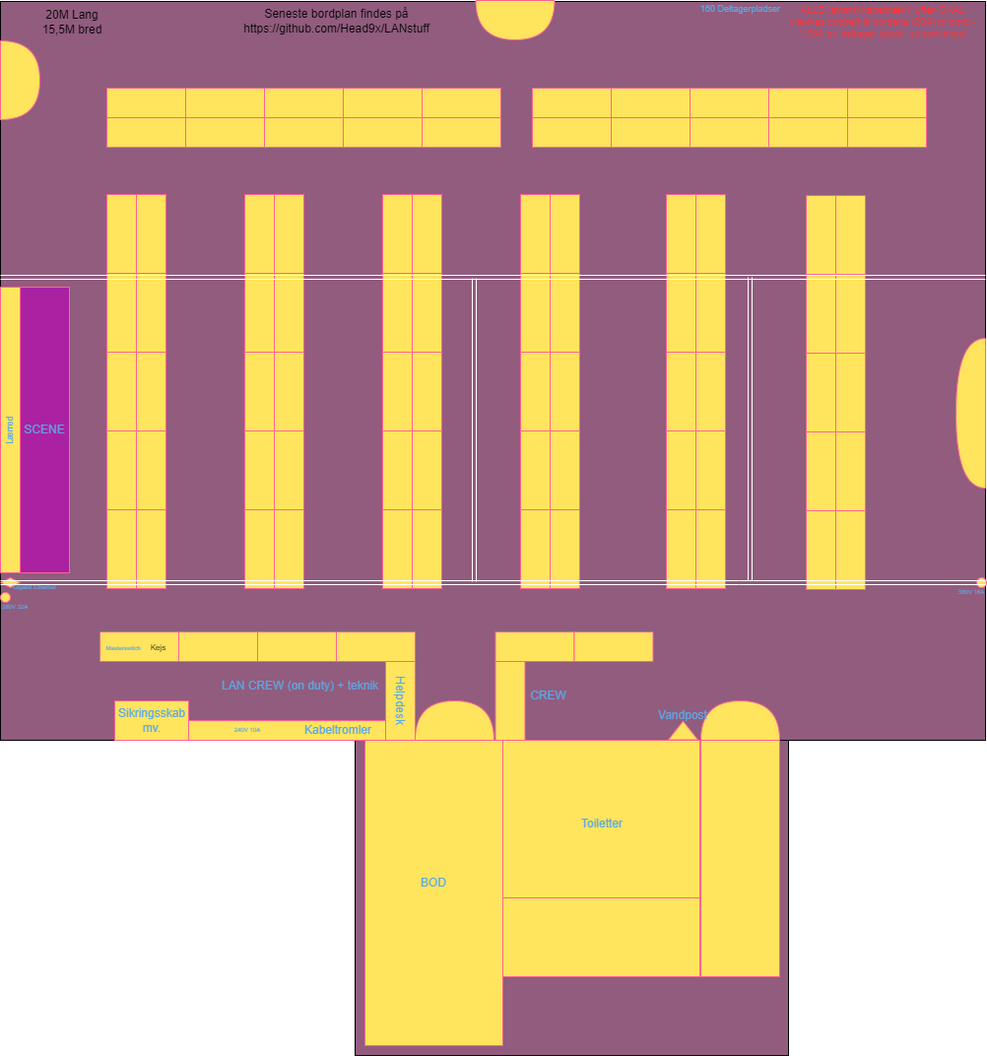
The draw.io diagram bordplan.drawio.png in Head9x/LANstuff, before a commit. Source tidied: cells renumbered, new cells last; positions are measured from the earlier drawing's top-left corner, leaving out a move shared by most shapes.
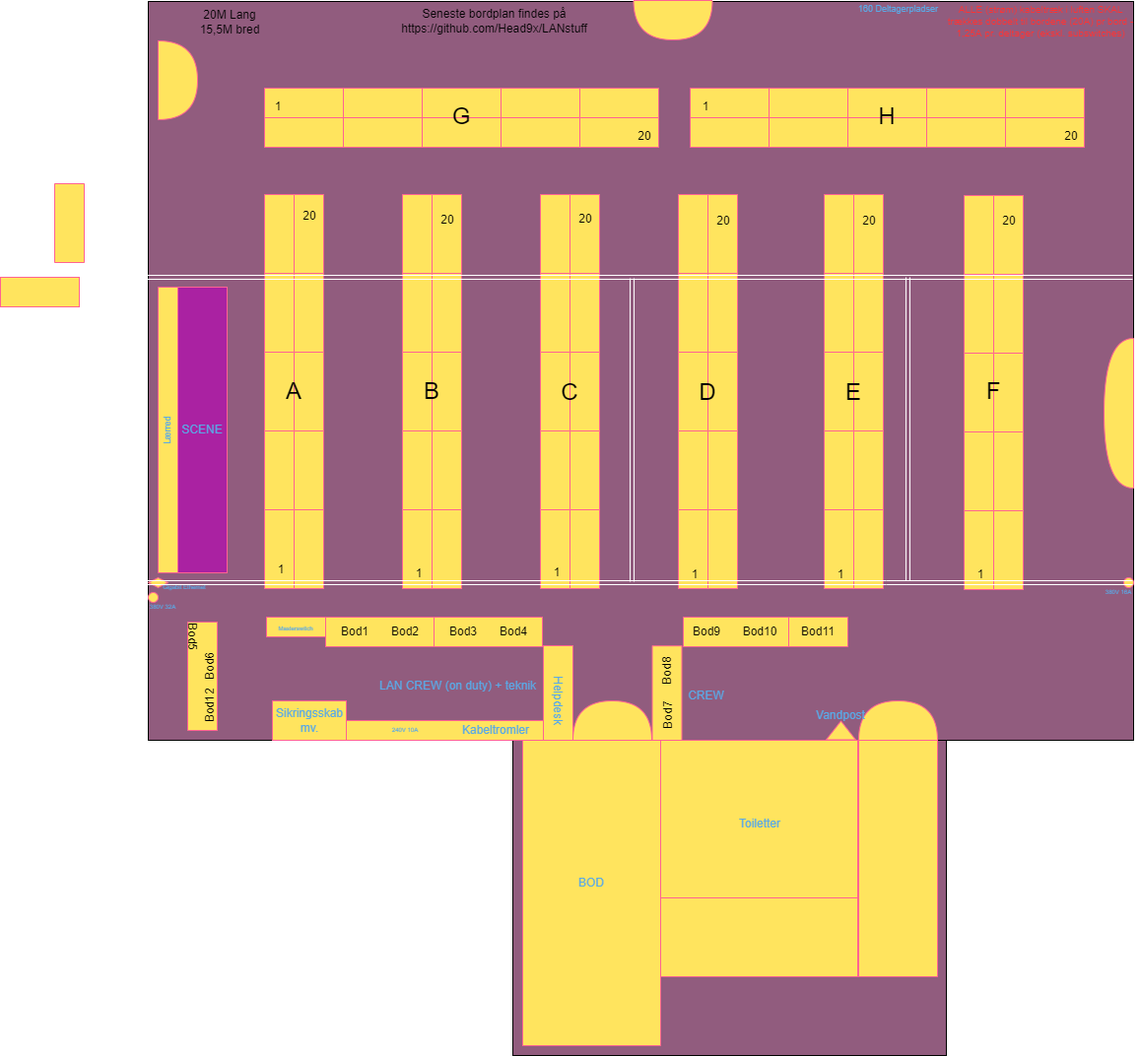
After the change.

Diff of the diagram source:
```diff
@@ -4,4 +4,4 @@
     <mxCell id="1" parent="0" />
-    <mxCell id="2" style="rounded=0;whiteSpace=wrap;html=1;fillColor=#915C7E;" parent="1" vertex="1">
-      <mxGeometry x="20" y="21" width="1000" height="750" as="geometry" />
+    <mxCell id="2" style="rounded=0;whiteSpace=wrap;html=1;fillColor=#915C7E;fontStyle=0;" parent="1" vertex="1">
+      <mxGeometry x="10" y="21" width="1000" height="750" as="geometry" />
     </mxCell>
@@ -170,15 +170,12 @@
     <mxCell id="57" style="rounded=0;whiteSpace=wrap;html=1;fillColor=#FFE45E;strokeColor=#FF6392;fontColor=#5AA9E6;" parent="1" vertex="1">
-      <mxGeometry x="121" y="661" width="80" height="30" as="geometry" />
+      <mxGeometry x="190" y="646" width="111" height="30" as="geometry" />
     </mxCell>
-    <mxCell id="58" style="rounded=0;whiteSpace=wrap;html=1;fillColor=#FFE45E;strokeColor=#FF6392;fontColor=#5AA9E6;" parent="1" vertex="1">
-      <mxGeometry x="201" y="661" width="80" height="30" as="geometry" />
-    </mxCell>
-    <mxCell id="59" style="rounded=0;whiteSpace=wrap;html=1;fillColor=#FFE45E;strokeColor=#FF6392;fontColor=#5AA9E6;" parent="1" vertex="1">
-      <mxGeometry x="281" y="661" width="80" height="30" as="geometry" />
+    <mxCell id="59" style="rounded=0;whiteSpace=wrap;html=1;fillColor=#FFE45E;strokeColor=#FF6392;fontColor=#5AA9E6;rotation=90;" parent="1" vertex="1">
+      <mxGeometry x="10" y="691" width="110" height="30" as="geometry" />
     </mxCell>
     <mxCell id="60" style="rounded=0;whiteSpace=wrap;html=1;fillColor=#FFE45E;strokeColor=#FF6392;fontColor=#5AA9E6;" parent="1" vertex="1">
-      <mxGeometry x="361" y="661" width="80" height="30" as="geometry" />
+      <mxGeometry x="300" y="646" width="110" height="30" as="geometry" />
     </mxCell>
     <mxCell id="61" style="rounded=0;whiteSpace=wrap;html=1;rotation=90;fillColor=#FFE45E;strokeColor=#FF6392;fontColor=#5AA9E6;" parent="1" vertex="1">
-      <mxGeometry x="386" y="716" width="80" height="30" as="geometry" />
+      <mxGeometry x="378" y="708" width="96" height="30" as="geometry" />
     </mxCell>
@@ -194,9 +191,6 @@
     <mxCell id="65" style="rounded=0;whiteSpace=wrap;html=1;rotation=90;fillColor=#FFE45E;strokeColor=#FF6392;fontColor=#5AA9E6;" parent="1" vertex="1">
-      <mxGeometry x="497.5" y="716" width="80" height="30" as="geometry" />
+      <mxGeometry x="487.6" y="709.1" width="97.8" height="30" as="geometry" />
     </mxCell>
-    <mxCell id="66" style="rounded=0;whiteSpace=wrap;html=1;fillColor=#FFE45E;strokeColor=#FF6392;fontColor=#5AA9E6;" parent="1" vertex="1">
-      <mxGeometry x="522.5" y="661" width="80" height="30" as="geometry" />
-    </mxCell>
     <mxCell id="67" style="rounded=0;whiteSpace=wrap;html=1;fillColor=#FFE45E;strokeColor=#FF6392;fontColor=#5AA9E6;" parent="1" vertex="1">
-      <mxGeometry x="602.5" y="661" width="80" height="30" as="geometry" />
+      <mxGeometry x="661" y="661" width="80" height="30" as="geometry" />
     </mxCell>
@@ -223,5 +217,2 @@
     </mxCell>
-    <mxCell id="75" value="&lt;font style=&quot;font-size: 6px;&quot;&gt;Masterswitch&lt;/font&gt;" style="text;html=1;strokeColor=none;fillColor=none;align=center;verticalAlign=middle;whiteSpace=wrap;rounded=0;fontColor=#5AA9E6;" parent="1" vertex="1">
-      <mxGeometry x="125" y="671" width="40" height="10" as="geometry" />
-    </mxCell>
     <mxCell id="76" style="shape=link;html=1;rounded=0;fontSize=6;startSize=6;sourcePerimeterSpacing=6;strokeWidth=1;strokeColor=#FFFFFF;fontColor=#5AA9E6;" parent="1" edge="1">
@@ -245,9 +236,9 @@
     <mxCell id="80" style="ellipse;whiteSpace=wrap;html=1;fontSize=6;fillColor=#FFE45E;strokeColor=#FF6392;fontColor=#5AA9E6;rounded=0;" parent="1" vertex="1">
-      <mxGeometry x="20" y="621" width="10" height="10" as="geometry" />
+      <mxGeometry x="10" y="621" width="10" height="10" as="geometry" />
     </mxCell>
     <mxCell id="81" value="380V 32A" style="text;html=1;strokeColor=none;fillColor=none;align=center;verticalAlign=middle;whiteSpace=wrap;rounded=0;fontSize=6;fontColor=#5AA9E6;" parent="1" vertex="1">
-      <mxGeometry x="20" y="631" width="30" height="10" as="geometry" />
+      <mxGeometry x="10" y="631" width="30" height="10" as="geometry" />
     </mxCell>
     <mxCell id="82" style="ellipse;whiteSpace=wrap;html=1;fontSize=6;fillColor=#FFE45E;strokeColor=#FF6392;fontColor=#5AA9E6;rounded=0;" parent="1" vertex="1">
-      <mxGeometry x="1011" y="606" width="10" height="10" as="geometry" />
+      <mxGeometry x="1000" y="606" width="10" height="10" as="geometry" />
     </mxCell>
@@ -257,6 +248,6 @@
     <mxCell id="84" style="shape=hexagon;perimeter=hexagonPerimeter2;whiteSpace=wrap;html=1;fixedSize=1;fontSize=6;fillColor=#FFE45E;strokeColor=#FF6392;fontColor=#5AA9E6;rounded=0;" parent="1" vertex="1">
-      <mxGeometry x="20" y="606" width="20" height="10" as="geometry" />
+      <mxGeometry x="10" y="606" width="20" height="10" as="geometry" />
     </mxCell>
     <mxCell id="85" value="Gigabit Ethernet" style="text;html=1;strokeColor=none;fillColor=none;align=center;verticalAlign=middle;whiteSpace=wrap;rounded=0;fontSize=6;fontColor=#5AA9E6;" parent="1" vertex="1">
-      <mxGeometry x="30" y="611" width="50" height="10" as="geometry" />
+      <mxGeometry x="22" y="611" width="50" height="10" as="geometry" />
     </mxCell>
@@ -295,2 +286,5 @@
     </mxCell>
+    <mxCell id="142" style="rounded=0;whiteSpace=wrap;html=1;rotation=0;fillColor=#FFE45E;strokeColor=#FF6392;fontColor=#5AA9E6;" parent="1" vertex="1">
+      <mxGeometry x="-140" y="301" width="80" height="30" as="geometry" />
+    </mxCell>
     <mxCell id="97" style="rounded=0;whiteSpace=wrap;html=1;rotation=0;fillColor=#FFE45E;strokeColor=#FF6392;fontColor=#5AA9E6;" parent="1" vertex="1">
@@ -312,4 +306,4 @@
       <mxGeometry relative="1" as="geometry">
-        <mxPoint x="20" y="611" as="sourcePoint" />
-        <mxPoint x="770" y="611" as="targetPoint" />
+        <mxPoint x="9" y="611" as="sourcePoint" />
+        <mxPoint x="759" y="611" as="targetPoint" />
       </mxGeometry>
@@ -350,3 +344,3 @@
     <mxCell id="114" value="380V 16A" style="text;html=1;strokeColor=none;fillColor=none;align=center;verticalAlign=middle;whiteSpace=wrap;rounded=0;fontSize=6;fontColor=#5AA9E6;" parent="1" vertex="1">
-      <mxGeometry x="991" y="616" width="30" height="10" as="geometry" />
+      <mxGeometry x="980" y="616" width="30" height="10" as="geometry" />
     </mxCell>
@@ -372,4 +366,4 @@
       <mxGeometry relative="1" as="geometry">
-        <mxPoint x="20" y="301" as="sourcePoint" />
-        <mxPoint x="1020" y="301" as="targetPoint" />
+        <mxPoint x="9" y="301" as="sourcePoint" />
+        <mxPoint x="1009" y="301" as="targetPoint" />
       </mxGeometry>
@@ -388,8 +382,8 @@
     </mxCell>
-    <mxCell id="126" value="&lt;font style=&quot;font-size: 8px;&quot;&gt;Kejs&lt;/font&gt;" style="text;html=1;strokeColor=none;fillColor=none;align=center;verticalAlign=middle;whiteSpace=wrap;rounded=0;" parent="1" vertex="1">
-      <mxGeometry x="170" y="671" width="21" height="10" as="geometry" />
-    </mxCell>
     <mxCell id="127" style="shape=or;whiteSpace=wrap;html=1;rotation=-180;fillColor=#FFE45E;strokeColor=#FF6392;fontColor=#5AA9E6;rounded=0;" parent="1" vertex="1">
-      <mxGeometry x="990" y="363" width="30" height="152" as="geometry" />
+      <mxGeometry x="980" y="363" width="30" height="152" as="geometry" />
     </mxCell>
+    <mxCell id="143" style="rounded=0;whiteSpace=wrap;html=1;rotation=90;fillColor=#FFE45E;strokeColor=#FF6392;fontColor=#5AA9E6;" parent="1" vertex="1">
+      <mxGeometry x="-110" y="231" width="80" height="30" as="geometry" />
+    </mxCell>
     <mxCell id="128" style="rounded=0;whiteSpace=wrap;html=1;rotation=90;fillColor=#FFE45E;strokeColor=#FF6392;fontColor=#5AA9E6;" parent="1" vertex="1">
@@ -432,4 +426,4 @@
       <mxGeometry relative="1" as="geometry">
-        <mxPoint x="770" y="611" as="sourcePoint" />
-        <mxPoint x="1020" y="611" as="targetPoint" />
+        <mxPoint x="759" y="611" as="sourcePoint" />
+        <mxPoint x="1009" y="611" as="targetPoint" />
       </mxGeometry>
@@ -439,2 +433,125 @@
     </mxCell>
+    <mxCell id="144" style="rounded=0;whiteSpace=wrap;html=1;fillColor=#FFE45E;strokeColor=#FF6392;fontColor=#5AA9E6;" parent="1" vertex="1">
+      <mxGeometry x="130" y="646" width="60" height="20" as="geometry" />
+    </mxCell>
+    <mxCell id="75" value="&lt;font style=&quot;font-size: 6px;&quot;&gt;Masterswitch&lt;/font&gt;" style="text;html=1;strokeColor=none;fillColor=none;align=center;verticalAlign=middle;whiteSpace=wrap;rounded=0;fontColor=#5AA9E6;" parent="1" vertex="1">
+      <mxGeometry x="140" y="651" width="40" height="10" as="geometry" />
+    </mxCell>
+    <mxCell id="145" value="Bod1" style="text;html=1;strokeColor=none;fillColor=none;align=center;verticalAlign=middle;whiteSpace=wrap;rounded=0;" parent="1" vertex="1">
+      <mxGeometry x="190" y="646" width="60" height="30" as="geometry" />
+    </mxCell>
+    <mxCell id="146" value="Bod2" style="text;html=1;strokeColor=none;fillColor=none;align=center;verticalAlign=middle;whiteSpace=wrap;rounded=0;" parent="1" vertex="1">
+      <mxGeometry x="241" y="646" width="60" height="30" as="geometry" />
+    </mxCell>
+    <mxCell id="147" value="Bod3" style="text;html=1;strokeColor=none;fillColor=none;align=center;verticalAlign=middle;whiteSpace=wrap;rounded=0;" parent="1" vertex="1">
+      <mxGeometry x="300" y="646" width="60" height="30" as="geometry" />
+    </mxCell>
+    <mxCell id="148" value="Bod4" style="text;html=1;strokeColor=none;fillColor=none;align=center;verticalAlign=middle;whiteSpace=wrap;rounded=0;" parent="1" vertex="1">
+      <mxGeometry x="351" y="646" width="60" height="30" as="geometry" />
+    </mxCell>
+    <mxCell id="149" value="Bod5" style="text;html=1;strokeColor=none;fillColor=none;align=center;verticalAlign=middle;whiteSpace=wrap;rounded=0;rotation=90;" parent="1" vertex="1">
+      <mxGeometry x="25" y="651" width="60" height="30" as="geometry" />
+    </mxCell>
+    <mxCell id="150" style="rounded=0;whiteSpace=wrap;html=1;fillColor=#915C7E;strokeColor=#915C7E;" parent="1" vertex="1">
+      <mxGeometry x="661" y="651" width="93" height="50" as="geometry" />
+    </mxCell>
+    <mxCell id="151" value="Bod6" style="text;html=1;strokeColor=none;fillColor=none;align=center;verticalAlign=middle;whiteSpace=wrap;rounded=0;rotation=-90;" parent="1" vertex="1">
+      <mxGeometry x="43" y="681" width="60" height="30" as="geometry" />
+    </mxCell>
+    <mxCell id="152" value="Bod7" style="text;html=1;strokeColor=none;fillColor=none;align=center;verticalAlign=middle;whiteSpace=wrap;rounded=0;rotation=-90;" parent="1" vertex="1">
+      <mxGeometry x="507.5" y="731" width="60" height="30" as="geometry" />
+    </mxCell>
+    <mxCell id="153" value="Bod8" style="text;html=1;strokeColor=none;fillColor=none;align=center;verticalAlign=middle;whiteSpace=wrap;rounded=0;rotation=-90;" parent="1" vertex="1">
+      <mxGeometry x="506.5" y="686" width="60" height="30" as="geometry" />
+    </mxCell>
+    <mxCell id="66" style="rounded=0;whiteSpace=wrap;html=1;fillColor=#FFE45E;strokeColor=#FF6392;fontColor=#5AA9E6;" parent="1" vertex="1">
+      <mxGeometry x="553" y="646" width="107" height="30" as="geometry" />
+    </mxCell>
+    <mxCell id="154" value="Bod9" style="text;html=1;strokeColor=none;fillColor=none;align=center;verticalAlign=middle;whiteSpace=wrap;rounded=0;" parent="1" vertex="1">
+      <mxGeometry x="546.5" y="646" width="60" height="30" as="geometry" />
+    </mxCell>
+    <mxCell id="155" value="Bod10" style="text;html=1;strokeColor=none;fillColor=none;align=center;verticalAlign=middle;whiteSpace=wrap;rounded=0;" parent="1" vertex="1">
+      <mxGeometry x="601" y="646" width="60" height="30" as="geometry" />
+    </mxCell>
+    <mxCell id="156" style="rounded=0;whiteSpace=wrap;html=1;fillColor=#FFE45E;strokeColor=#FF6392;fontColor=#5AA9E6;" parent="1" vertex="1">
+      <mxGeometry x="660" y="646" width="60" height="30" as="geometry" />
+    </mxCell>
+    <mxCell id="157" value="Bod11" style="text;html=1;strokeColor=none;fillColor=none;align=center;verticalAlign=middle;whiteSpace=wrap;rounded=0;" parent="1" vertex="1">
+      <mxGeometry x="660" y="646" width="60" height="30" as="geometry" />
+    </mxCell>
+    <mxCell id="158" value="Bod12" style="text;html=1;strokeColor=none;fillColor=none;align=center;verticalAlign=middle;whiteSpace=wrap;rounded=0;rotation=-90;" parent="1" vertex="1">
+      <mxGeometry x="43" y="721" width="60" height="30" as="geometry" />
+    </mxCell>
+    <mxCell id="159" value="&lt;font style=&quot;font-size: 24px;&quot;&gt;A&lt;/font&gt;" style="text;html=1;strokeColor=none;fillColor=none;align=center;verticalAlign=middle;whiteSpace=wrap;rounded=0;" parent="1" vertex="1">
+      <mxGeometry x="128" y="402" width="60" height="30" as="geometry" />
+    </mxCell>
+    <mxCell id="160" value="&lt;font style=&quot;font-size: 24px;&quot;&gt;B&lt;/font&gt;" style="text;html=1;strokeColor=none;fillColor=none;align=center;verticalAlign=middle;whiteSpace=wrap;rounded=0;" parent="1" vertex="1">
+      <mxGeometry x="268" y="402" width="60" height="30" as="geometry" />
+    </mxCell>
+    <mxCell id="161" value="&lt;font style=&quot;font-size: 24px;&quot;&gt;C&lt;/font&gt;" style="text;html=1;strokeColor=none;fillColor=none;align=center;verticalAlign=middle;whiteSpace=wrap;rounded=0;" parent="1" vertex="1">
+      <mxGeometry x="408" y="403" width="60" height="30" as="geometry" />
+    </mxCell>
+    <mxCell id="162" value="&lt;font style=&quot;font-size: 24px;&quot;&gt;D&lt;/font&gt;" style="text;html=1;strokeColor=none;fillColor=none;align=center;verticalAlign=middle;whiteSpace=wrap;rounded=0;" parent="1" vertex="1">
+      <mxGeometry x="547.5" y="403" width="60" height="30" as="geometry" />
+    </mxCell>
+    <mxCell id="163" value="&lt;font style=&quot;font-size: 24px;&quot;&gt;E&lt;/font&gt;" style="text;html=1;strokeColor=none;fillColor=none;align=center;verticalAlign=middle;whiteSpace=wrap;rounded=0;" parent="1" vertex="1">
+      <mxGeometry x="696" y="403" width="60" height="30" as="geometry" />
+    </mxCell>
+    <mxCell id="164" value="&lt;font style=&quot;font-size: 24px;&quot;&gt;F&lt;/font&gt;" style="text;html=1;strokeColor=none;fillColor=none;align=center;verticalAlign=middle;whiteSpace=wrap;rounded=0;" parent="1" vertex="1">
+      <mxGeometry x="838" y="402" width="60" height="30" as="geometry" />
+    </mxCell>
+    <mxCell id="165" value="&lt;font style=&quot;font-size: 24px;&quot;&gt;G&lt;/font&gt;" style="text;html=1;strokeColor=none;fillColor=none;align=center;verticalAlign=middle;whiteSpace=wrap;rounded=0;" parent="1" vertex="1">
+      <mxGeometry x="298" y="123" width="60" height="30" as="geometry" />
+    </mxCell>
+    <mxCell id="166" value="&lt;font style=&quot;font-size: 24px;&quot;&gt;H&lt;/font&gt;" style="text;html=1;strokeColor=none;fillColor=none;align=center;verticalAlign=middle;whiteSpace=wrap;rounded=0;" parent="1" vertex="1">
+      <mxGeometry x="730" y="123" width="60" height="30" as="geometry" />
+    </mxCell>
+    <mxCell id="167" value="&lt;font style=&quot;font-size: 12px;&quot;&gt;1&lt;/font&gt;" style="text;html=1;strokeColor=none;fillColor=none;align=center;verticalAlign=middle;whiteSpace=wrap;rounded=0;fontSize=24;" parent="1" vertex="1">
+      <mxGeometry x="136" y="586" width="18" height="15" as="geometry" />
+    </mxCell>
+    <mxCell id="168" value="&lt;font style=&quot;font-size: 12px;&quot;&gt;20&lt;/font&gt;" style="text;html=1;strokeColor=none;fillColor=none;align=center;verticalAlign=middle;whiteSpace=wrap;rounded=0;fontSize=24;" parent="1" vertex="1">
+      <mxGeometry x="165" y="227" width="18" height="15" as="geometry" />
+    </mxCell>
+    <mxCell id="169" value="&lt;font style=&quot;font-size: 12px;&quot;&gt;1&lt;/font&gt;" style="text;html=1;strokeColor=none;fillColor=none;align=center;verticalAlign=middle;whiteSpace=wrap;rounded=0;fontSize=24;" parent="1" vertex="1">
+      <mxGeometry x="276" y="590" width="18" height="15" as="geometry" />
+    </mxCell>
+    <mxCell id="170" value="&lt;font style=&quot;font-size: 12px;&quot;&gt;20&lt;/font&gt;" style="text;html=1;strokeColor=none;fillColor=none;align=center;verticalAlign=middle;whiteSpace=wrap;rounded=0;fontSize=24;" parent="1" vertex="1">
+      <mxGeometry x="305" y="231" width="18" height="15" as="geometry" />
+    </mxCell>
+    <mxCell id="171" value="&lt;font style=&quot;font-size: 12px;&quot;&gt;1&lt;/font&gt;" style="text;html=1;strokeColor=none;fillColor=none;align=center;verticalAlign=middle;whiteSpace=wrap;rounded=0;fontSize=24;" parent="1" vertex="1">
+      <mxGeometry x="416" y="589" width="18" height="15" as="geometry" />
+    </mxCell>
+    <mxCell id="172" value="&lt;font style=&quot;font-size: 12px;&quot;&gt;20&lt;/font&gt;" style="text;html=1;strokeColor=none;fillColor=none;align=center;verticalAlign=middle;whiteSpace=wrap;rounded=0;fontSize=24;" parent="1" vertex="1">
+      <mxGeometry x="445" y="230" width="18" height="15" as="geometry" />
+    </mxCell>
+    <mxCell id="173" value="&lt;font style=&quot;font-size: 12px;&quot;&gt;1&lt;/font&gt;" style="text;html=1;strokeColor=none;fillColor=none;align=center;verticalAlign=middle;whiteSpace=wrap;rounded=0;fontSize=24;" parent="1" vertex="1">
+      <mxGeometry x="556" y="591" width="18" height="15" as="geometry" />
+    </mxCell>
+    <mxCell id="174" value="&lt;font style=&quot;font-size: 12px;&quot;&gt;20&lt;/font&gt;" style="text;html=1;strokeColor=none;fillColor=none;align=center;verticalAlign=middle;whiteSpace=wrap;rounded=0;fontSize=24;" parent="1" vertex="1">
+      <mxGeometry x="585" y="232" width="18" height="15" as="geometry" />
+    </mxCell>
+    <mxCell id="175" value="&lt;font style=&quot;font-size: 12px;&quot;&gt;1&lt;/font&gt;" style="text;html=1;strokeColor=none;fillColor=none;align=center;verticalAlign=middle;whiteSpace=wrap;rounded=0;fontSize=24;" parent="1" vertex="1">
+      <mxGeometry x="704" y="591" width="18" height="15" as="geometry" />
+    </mxCell>
+    <mxCell id="176" value="&lt;font style=&quot;font-size: 12px;&quot;&gt;20&lt;/font&gt;" style="text;html=1;strokeColor=none;fillColor=none;align=center;verticalAlign=middle;whiteSpace=wrap;rounded=0;fontSize=24;" parent="1" vertex="1">
+      <mxGeometry x="733" y="232" width="18" height="15" as="geometry" />
+    </mxCell>
+    <mxCell id="177" value="&lt;font style=&quot;font-size: 12px;&quot;&gt;1&lt;/font&gt;" style="text;html=1;strokeColor=none;fillColor=none;align=center;verticalAlign=middle;whiteSpace=wrap;rounded=0;fontSize=24;" parent="1" vertex="1">
+      <mxGeometry x="846" y="591" width="18" height="15" as="geometry" />
+    </mxCell>
+    <mxCell id="178" value="&lt;font style=&quot;font-size: 12px;&quot;&gt;20&lt;/font&gt;" style="text;html=1;strokeColor=none;fillColor=none;align=center;verticalAlign=middle;whiteSpace=wrap;rounded=0;fontSize=24;" parent="1" vertex="1">
+      <mxGeometry x="875" y="232" width="18" height="15" as="geometry" />
+    </mxCell>
+    <mxCell id="179" value="&lt;font style=&quot;font-size: 12px;&quot;&gt;1&lt;/font&gt;" style="text;html=1;strokeColor=none;fillColor=none;align=center;verticalAlign=middle;whiteSpace=wrap;rounded=0;fontSize=24;" parent="1" vertex="1">
+      <mxGeometry x="133" y="116.5" width="18" height="15" as="geometry" />
+    </mxCell>
+    <mxCell id="180" value="&lt;font style=&quot;font-size: 12px;&quot;&gt;20&lt;/font&gt;" style="text;html=1;strokeColor=none;fillColor=none;align=center;verticalAlign=middle;whiteSpace=wrap;rounded=0;fontSize=24;" parent="1" vertex="1">
+      <mxGeometry x="504.5" y="146.5" width="18" height="15" as="geometry" />
+    </mxCell>
+    <mxCell id="181" value="&lt;font style=&quot;font-size: 12px;&quot;&gt;1&lt;/font&gt;" style="text;html=1;strokeColor=none;fillColor=none;align=center;verticalAlign=middle;whiteSpace=wrap;rounded=0;fontSize=24;" parent="1" vertex="1">
+      <mxGeometry x="566.5" y="116.5" width="18" height="15" as="geometry" />
+    </mxCell>
+    <mxCell id="182" value="&lt;font style=&quot;font-size: 12px;&quot;&gt;20&lt;/font&gt;" style="text;html=1;strokeColor=none;fillColor=none;align=center;verticalAlign=middle;whiteSpace=wrap;rounded=0;fontSize=24;" parent="1" vertex="1">
+      <mxGeometry x="938" y="146.5" width="18" height="15" as="geometry" />
+    </mxCell>
   </root>
```
